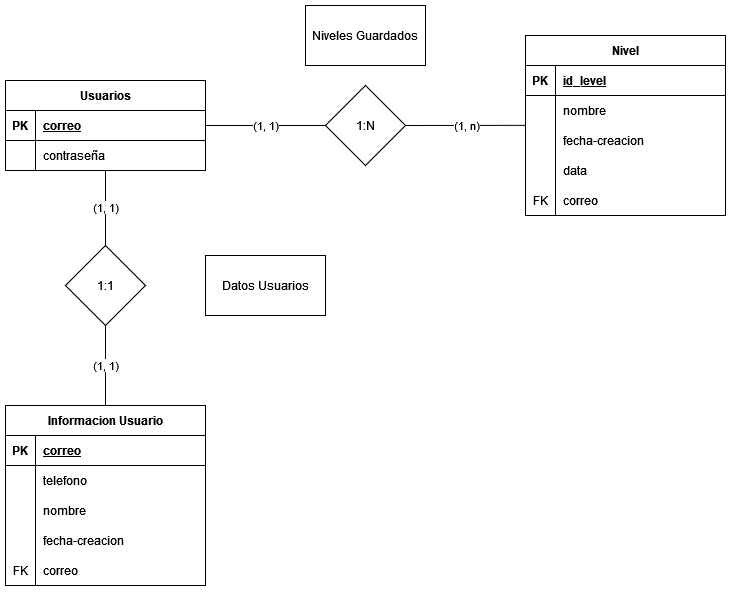
Above: doc/imgs/Diagrama Entidad Relacion.png in RacoonByte01/level-maker (draw.io), before the change. Source tidied: cells renumbered, new cells last; positions are measured from the earlier drawing's top-left corner, leaving out a move shared by most shapes.
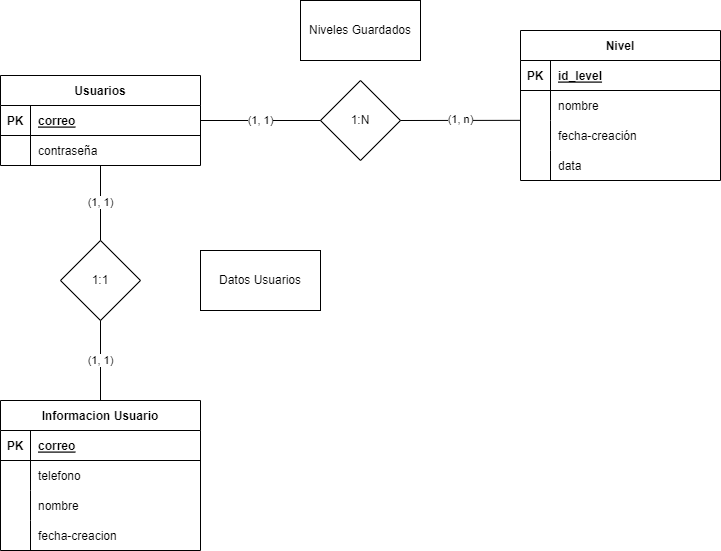
The same diagram one commit later.

Diff of the diagram source:
```diff
@@ -3,7 +3,7 @@
     <mxCell id="0" />
     <mxCell id="1" parent="0" />
     <mxCell id="2" value="Informacion Usuario" style="shape=table;startSize=30;rowLines=0;fontStyle=1;align=center;" parent="1" vertex="1">
-      <mxGeometry y="400" width="200" height="180" as="geometry" />
+      <mxGeometry y="400" width="200" height="150" as="geometry" />
     </mxCell>
     <mxCell id="3" style="shape=tableRow;horizontal=0;startSize=0;swimlaneHead=0;swimlaneBody=0;fillColor=none;top=0;left=0;right=0;bottom=1;" parent="2" vertex="1">
       <mxGeometry y="30" width="200" height="30" as="geometry" />
@@ -41,15 +41,6 @@
     <mxCell id="14" value="fecha-creacion" style="shape=partialRectangle;fillColor=none;top=0;left=0;bottom=0;right=0;align=left;spacingLeft=6;overflow=hidden;" parent="12" vertex="1">
       <mxGeometry x="30" width="170" height="30" as="geometry" />
     </mxCell>
-    <mxCell id="15" style="shape=tableRow;horizontal=0;startSize=0;swimlaneHead=0;swimlaneBody=0;fillColor=none;top=0;left=0;right=0;bottom=0;" parent="2" vertex="1">
-      <mxGeometry y="150" width="200" height="30" as="geometry" />
-    </mxCell>
-    <mxCell id="16" value="FK" style="shape=partialRectangle;fillColor=none;top=0;left=0;bottom=0;right=0;fontStyle=0;overflow=hidden;" parent="15" vertex="1">
-      <mxGeometry width="30" height="30" as="geometry" />
-    </mxCell>
-    <mxCell id="17" value="correo" style="shape=partialRectangle;fillColor=none;top=0;left=0;bottom=0;right=0;align=left;spacingLeft=6;fontStyle=0;overflow=hidden;" parent="15" vertex="1">
-      <mxGeometry x="30" width="170" height="30" as="geometry" />
-    </mxCell>
     <mxCell id="18" value="Usuarios" style="shape=table;startSize=30;rowLines=0;fontStyle=1;align=center;" parent="1" vertex="1">
       <mxGeometry y="75" width="200" height="90" as="geometry" />
     </mxCell>
@@ -72,7 +63,7 @@
       <mxGeometry x="30" width="170" height="30" as="geometry" />
     </mxCell>
     <mxCell id="25" value="Nivel" style="shape=table;startSize=30;rowLines=0;fontStyle=1;align=center;" parent="1" vertex="1">
-      <mxGeometry x="520" y="30" width="200" height="180" as="geometry" />
+      <mxGeometry x="520" y="30" width="200" height="150" as="geometry" />
     </mxCell>
     <mxCell id="26" style="shape=tableRow;horizontal=0;startSize=0;swimlaneHead=0;swimlaneBody=0;fillColor=none;top=0;left=0;right=0;bottom=1;" parent="25" vertex="1">
       <mxGeometry y="30" width="200" height="30" as="geometry" />
@@ -98,7 +89,7 @@
     <mxCell id="33" style="shape=partialRectangle;fillColor=none;top=0;left=0;bottom=0;right=0;overflow=hidden;" parent="32" vertex="1">
       <mxGeometry width="30" height="30" as="geometry" />
     </mxCell>
-    <mxCell id="34" value="fecha-creacion" style="shape=partialRectangle;fillColor=none;top=0;left=0;bottom=0;right=0;align=left;spacingLeft=6;overflow=hidden;" parent="32" vertex="1">
+    <mxCell id="34" value="fecha-creación" style="shape=partialRectangle;fillColor=none;top=0;left=0;bottom=0;right=0;align=left;spacingLeft=6;overflow=hidden;" parent="32" vertex="1">
       <mxGeometry x="30" width="170" height="30" as="geometry" />
     </mxCell>
     <mxCell id="35" style="shape=tableRow;horizontal=0;startSize=0;swimlaneHead=0;swimlaneBody=0;fillColor=none;top=0;left=0;right=0;bottom=0;" parent="25" vertex="1">
@@ -110,15 +101,6 @@
     <mxCell id="37" value="data" style="shape=partialRectangle;fillColor=none;top=0;left=0;bottom=0;right=0;align=left;spacingLeft=6;overflow=hidden;" parent="35" vertex="1">
       <mxGeometry x="30" width="170" height="30" as="geometry" />
     </mxCell>
-    <mxCell id="38" style="shape=tableRow;horizontal=0;startSize=0;swimlaneHead=0;swimlaneBody=0;fillColor=none;top=0;left=0;right=0;bottom=0;" parent="25" vertex="1">
-      <mxGeometry y="150" width="200" height="30" as="geometry" />
-    </mxCell>
-    <mxCell id="39" value="FK" style="shape=partialRectangle;fillColor=none;top=0;left=0;bottom=0;right=0;fontStyle=0;overflow=hidden;" parent="38" vertex="1">
-      <mxGeometry width="30" height="30" as="geometry" />
-    </mxCell>
-    <mxCell id="40" value="correo" style="shape=partialRectangle;fillColor=none;top=0;left=0;bottom=0;right=0;align=left;spacingLeft=6;fontStyle=0;overflow=hidden;" parent="38" vertex="1">
-      <mxGeometry x="30" width="170" height="30" as="geometry" />
-    </mxCell>
     <mxCell id="41" value="1:1" style="rhombus;whiteSpace=wrap;html=1;" parent="1" vertex="1">
       <mxGeometry x="60" y="240" width="80" height="80" as="geometry" />
     </mxCell>
```
